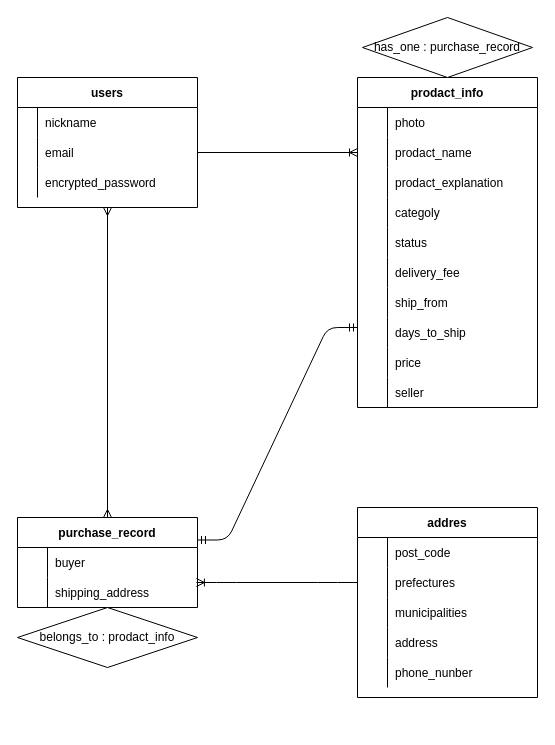
Before: config/test.dio in kohei0811/furima-29622, a draw.io diagram. Source tidied: cells renumbered, new cells numbered last; positions are measured from the earlier drawing's top-left corner, leaving out a move shared by most shapes. Both pictures are drawn from the tidied source at 100%, with x=0, y=0 at pixel (17, 17).
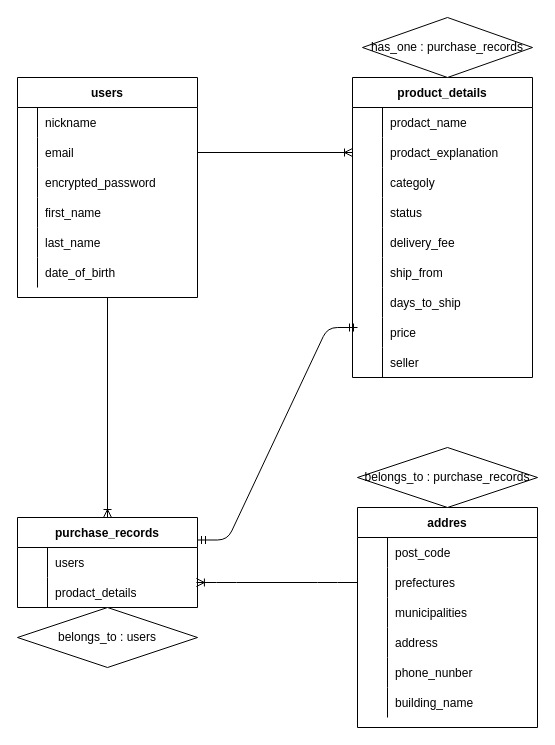
The same page after the edit.

Commit message (it also covers changes not shown here):
ER図、READMEの修正

The change refers to these unchanged cells:
```xml
<mxCell id="6" style="shape=partialRectangle;fillColor=none;top=0;left=0;bottom=0;right=0;points=[[0,0.5],[1,0.5]];portConstraint=eastwest;" parent="2" vertex="1">
  <mxGeometry y="60" width="180" height="30" as="geometry" />
</mxCell>
<mxCell id="44" style="shape=partialRectangle;fillColor=none;top=0;left=0;bottom=0;right=0;" parent="43" vertex="1">
  <mxGeometry y="30" width="180" height="30" as="geometry" />
</mxCell>
<mxCell id="47" style="shape=partialRectangle;fillColor=none;top=0;left=0;bottom=0;right=0;points=[[0,0.5],[1,0.5]];portConstraint=eastwest;" parent="43" vertex="1">
  <mxGeometry y="60" width="180" height="30" as="geometry" />
</mxCell>
```

Change to the diagram source:
```diff
@@
     <mxCell id="2" value="users" style="shape=table;startSize=30;childLayout=tableLayout;rowLines=0;fontStyle=1;align=center;" parent="1" vertex="1">
-      <mxGeometry y="60" width="180" height="130" as="geometry" />
+      <mxGeometry y="60" width="180" height="220" as="geometry" />
     </mxCell>
@@
+    <mxCell id="72" style="shape=partialRectangle;fillColor=none;top=0;left=0;bottom=0;right=0;" parent="2" vertex="1">
+      <mxGeometry y="120" width="180" height="30" as="geometry" />
+    </mxCell>
+    <mxCell id="73" style="shape=partialRectangle;fillColor=none;top=0;left=0;bottom=0;right=0;overflow=hidden;" parent="72" vertex="1">
+      <mxGeometry width="20" height="30" as="geometry" />
+    </mxCell>
+    <mxCell id="74" value="first_name" style="shape=partialRectangle;fillColor=none;top=0;left=0;bottom=0;right=0;align=left;spacingLeft=6;overflow=hidden;" parent="72" vertex="1">
+      <mxGeometry x="20" width="160" height="30" as="geometry" />
+    </mxCell>
+    <mxCell id="75" style="shape=partialRectangle;fillColor=none;top=0;left=0;bottom=0;right=0;" parent="2" vertex="1">
+      <mxGeometry y="150" width="180" height="30" as="geometry" />
+    </mxCell>
+    <mxCell id="76" style="shape=partialRectangle;fillColor=none;top=0;left=0;bottom=0;right=0;overflow=hidden;" parent="75" vertex="1">
+      <mxGeometry width="20" height="30" as="geometry" />
+    </mxCell>
+    <mxCell id="77" value="last_name" style="shape=partialRectangle;fillColor=none;top=0;left=0;bottom=0;right=0;align=left;spacingLeft=6;overflow=hidden;" parent="75" vertex="1">
+      <mxGeometry x="20" width="160" height="30" as="geometry" />
+    </mxCell>
+    <mxCell id="78" style="shape=partialRectangle;fillColor=none;top=0;left=0;bottom=0;right=0;" parent="2" vertex="1">
+      <mxGeometry y="180" width="180" height="30" as="geometry" />
+    </mxCell>
+    <mxCell id="79" style="shape=partialRectangle;fillColor=none;top=0;left=0;bottom=0;right=0;overflow=hidden;" parent="78" vertex="1">
+      <mxGeometry width="20" height="30" as="geometry" />
+    </mxCell>
+    <mxCell id="80" value="date_of_birth" style="shape=partialRectangle;fillColor=none;top=0;left=0;bottom=0;right=0;align=left;spacingLeft=6;overflow=hidden;" parent="78" vertex="1">
+      <mxGeometry x="20" width="160" height="30" as="geometry" />
+    </mxCell>
-    <mxCell id="12" value="prodact_info" style="shape=table;startSize=30;childLayout=tableLayout;rowLines=0;fontStyle=1;align=center;" parent="1" vertex="1">
-      <mxGeometry x="340" y="60" width="180" height="330" as="geometry" />
+    <mxCell id="12" value="product_details" style="shape=table;startSize=30;childLayout=tableLayout;rowLines=0;fontStyle=1;align=center;" parent="1" vertex="1">
+      <mxGeometry x="335" y="60" width="180" height="300" as="geometry" />
     </mxCell>
-    <mxCell id="13" style="shape=partialRectangle;fillColor=none;top=0;left=0;bottom=0;right=0;" parent="12" vertex="1">
-      <mxGeometry y="30" width="180" height="30" as="geometry" />
-    </mxCell>
-    <mxCell id="14" style="shape=partialRectangle;fillColor=none;top=0;left=0;bottom=0;right=0;overflow=hidden;" parent="13" vertex="1">
-      <mxGeometry width="30" height="30" as="geometry" />
-    </mxCell>
-    <mxCell id="15" value="photo" style="shape=partialRectangle;fillColor=none;top=0;left=0;bottom=0;right=0;align=left;spacingLeft=6;overflow=hidden;" parent="13" vertex="1">
-      <mxGeometry x="30" width="150" height="30" as="geometry" />
-    </mxCell>
     <mxCell id="16" style="shape=partialRectangle;fillColor=none;top=0;left=0;bottom=0;right=0;points=[[0,0.5],[1,0.5]];portConstraint=eastwest;" parent="12" vertex="1">
-      <mxGeometry y="60" width="180" height="30" as="geometry" />
+      <mxGeometry y="30" width="180" height="30" as="geometry" />
     </mxCell>
@@
     <mxCell id="19" style="shape=partialRectangle;fillColor=none;top=0;left=0;bottom=0;right=0;points=[[0,0.5],[1,0.5]];portConstraint=eastwest;" parent="12" vertex="1">
-      <mxGeometry y="90" width="180" height="30" as="geometry" />
+      <mxGeometry y="60" width="180" height="30" as="geometry" />
     </mxCell>
@@
     <mxCell id="22" style="shape=partialRectangle;fillColor=none;top=0;left=0;bottom=0;right=0;" parent="12" vertex="1">
-      <mxGeometry y="120" width="180" height="30" as="geometry" />
+      <mxGeometry y="90" width="180" height="30" as="geometry" />
     </mxCell>
@@
     <mxCell id="25" style="shape=partialRectangle;fillColor=none;top=0;left=0;bottom=0;right=0;" parent="12" vertex="1">
-      <mxGeometry y="150" width="180" height="30" as="geometry" />
+      <mxGeometry y="120" width="180" height="30" as="geometry" />
     </mxCell>
@@
     <mxCell id="28" style="shape=partialRectangle;fillColor=none;top=0;left=0;bottom=0;right=0;" parent="12" vertex="1">
-      <mxGeometry y="180" width="180" height="30" as="geometry" />
+      <mxGeometry y="150" width="180" height="30" as="geometry" />
     </mxCell>
@@
     <mxCell id="31" style="shape=partialRectangle;fillColor=none;top=0;left=0;bottom=0;right=0;" parent="12" vertex="1">
-      <mxGeometry y="210" width="180" height="30" as="geometry" />
+      <mxGeometry y="180" width="180" height="30" as="geometry" />
     </mxCell>
@@
     <mxCell id="34" style="shape=partialRectangle;fillColor=none;top=0;left=0;bottom=0;right=0;" parent="12" vertex="1">
-      <mxGeometry y="240" width="180" height="30" as="geometry" />
+      <mxGeometry y="210" width="180" height="30" as="geometry" />
     </mxCell>
@@
     <mxCell id="37" style="shape=partialRectangle;fillColor=none;top=0;left=0;bottom=0;right=0;" parent="12" vertex="1">
-      <mxGeometry y="270" width="180" height="30" as="geometry" />
+      <mxGeometry y="240" width="180" height="30" as="geometry" />
     </mxCell>
@@
     <mxCell id="40" style="shape=partialRectangle;fillColor=none;top=0;left=0;bottom=0;right=0;" parent="12" vertex="1">
-      <mxGeometry y="300" width="180" height="30" as="geometry" />
+      <mxGeometry y="270" width="180" height="30" as="geometry" />
     </mxCell>
@@
-    <mxCell id="43" value="purchase_record" style="shape=table;startSize=30;childLayout=tableLayout;rowLines=0;fontStyle=1;align=center;" parent="1" vertex="1">
+    <mxCell id="43" value="purchase_records" style="shape=table;startSize=30;childLayout=tableLayout;rowLines=0;fontStyle=1;align=center;" parent="1" vertex="1">
       <mxGeometry y="500" width="180" height="90" as="geometry" />
     </mxCell>
@@
-    <mxCell id="46" value="buyer" style="shape=partialRectangle;fillColor=none;top=0;left=0;bottom=0;right=0;align=left;spacingLeft=6;overflow=hidden;" parent="44" vertex="1">
+    <mxCell id="46" value="users" style="shape=partialRectangle;fillColor=none;top=0;left=0;bottom=0;right=0;align=left;spacingLeft=6;overflow=hidden;" parent="44" vertex="1">
       <mxGeometry x="30" width="150" height="30" as="geometry" />
     </mxCell>
@@
-    <mxCell id="49" value="shipping_address" style="shape=partialRectangle;fillColor=none;top=0;left=0;bottom=0;right=0;align=left;spacingLeft=6;overflow=hidden;" parent="47" vertex="1">
+    <mxCell id="49" value="prodact_details" style="shape=partialRectangle;fillColor=none;top=0;left=0;bottom=0;right=0;align=left;spacingLeft=6;overflow=hidden;" parent="47" vertex="1">
       <mxGeometry x="30" width="150" height="30" as="geometry" />
     </mxCell>
     <mxCell id="50" value="addres" style="shape=table;startSize=30;childLayout=tableLayout;rowLines=0;fontStyle=1;align=center;" parent="1" vertex="1">
-      <mxGeometry x="340" y="490" width="180" height="190" as="geometry" />
+      <mxGeometry x="340" y="490" width="180" height="220" as="geometry" />
     </mxCell>
@@
+    <mxCell id="81" style="shape=partialRectangle;fillColor=none;top=0;left=0;bottom=0;right=0;" parent="50" vertex="1">
+      <mxGeometry y="180" width="180" height="30" as="geometry" />
+    </mxCell>
+    <mxCell id="14" style="shape=partialRectangle;fillColor=none;top=0;left=0;bottom=0;right=0;overflow=hidden;" parent="81" vertex="1">
+      <mxGeometry width="30" height="30" as="geometry" />
+    </mxCell>
+    <mxCell id="82" value="building_name" style="shape=partialRectangle;fillColor=none;top=0;left=0;bottom=0;right=0;align=left;spacingLeft=6;overflow=hidden;" parent="81" vertex="1">
+      <mxGeometry x="30" width="150" height="30" as="geometry" />
+    </mxCell>
-    <mxCell id="66" style="fontSize=12;html=1;endArrow=ERoneToMany;exitX=1;exitY=0.5;exitDx=0;exitDy=0;entryX=0;entryY=0.5;entryDx=0;entryDy=0;" parent="1" edge="1" source="6" target="16">
+    <mxCell id="66" style="fontSize=12;html=1;endArrow=ERoneToMany;exitX=1;exitY=0.5;exitDx=0;exitDy=0;entryX=0;entryY=0.5;entryDx=0;entryDy=0;" parent="1" edge="1" source="6" target="19">
       <mxGeometry relative="1" as="geometry" />
     </mxCell>
@@
-    <mxCell id="68" value="has_one : purchase_record" style="shape=rhombus;perimeter=rhombusPerimeter;whiteSpace=wrap;html=1;align=center;" parent="1" vertex="1">
+    <mxCell id="68" value="has_one : purchase_records" style="shape=rhombus;perimeter=rhombusPerimeter;whiteSpace=wrap;html=1;align=center;" parent="1" vertex="1">
       <mxGeometry x="345" width="170" height="60" as="geometry" />
     </mxCell>
-    <mxCell id="69" value="belongs_to : prodact_info" style="shape=rhombus;perimeter=rhombusPerimeter;whiteSpace=wrap;html=1;align=center;" parent="1" vertex="1">
+    <mxCell id="69" value="belongs_to : users" style="shape=rhombus;perimeter=rhombusPerimeter;whiteSpace=wrap;html=1;align=center;" parent="1" vertex="1">
       <mxGeometry y="590" width="180" height="60" as="geometry" />
     </mxCell>
@@
-    <mxCell id="71" style="fontSize=12;html=1;endArrow=ERmany;startArrow=ERmany;strokeWidth=1;exitX=0.5;exitY=0;exitDx=0;exitDy=0;entryX=0.5;entryY=1;entryDx=0;entryDy=0;" parent="1" edge="1" source="43" target="2">
-      <mxGeometry relative="1" as="geometry" />
-    </mxCell>
+    <mxCell id="83" value="belongs_to : purchase_records" style="shape=rhombus;perimeter=rhombusPerimeter;whiteSpace=wrap;html=1;align=center;" parent="1" vertex="1">
+      <mxGeometry x="340" y="430" width="180" height="60" as="geometry" />
+    </mxCell>
+    <mxCell id="84" style="fontSize=12;html=1;endArrow=ERoneToMany;strokeWidth=1;entryX=0.5;entryY=0;entryDx=0;entryDy=0;exitX=0.5;exitY=1;exitDx=0;exitDy=0;" parent="1" edge="1" source="2" target="43">
+      <mxGeometry relative="1" as="geometry" />
+    </mxCell>
```
